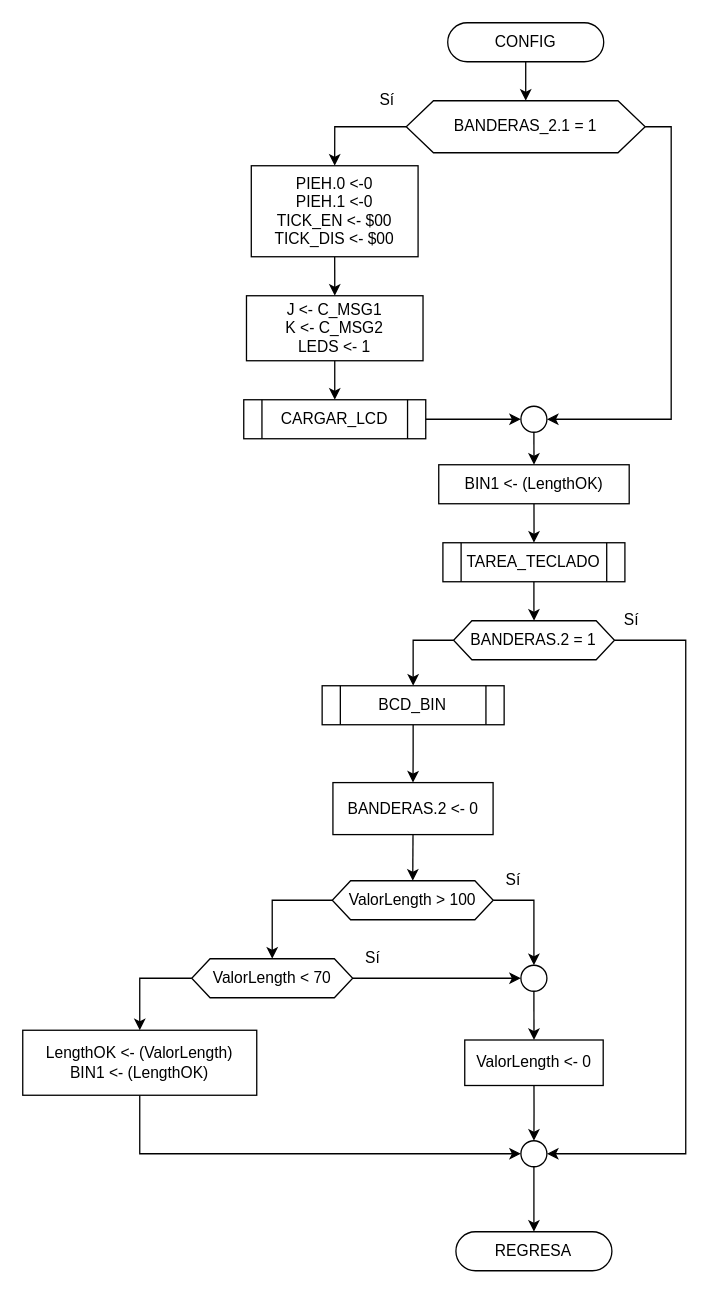
This is Proyecto/diagrams/CONFIG.drawio from moisotico/Microprocesadores, a draw.io file, before an edit. Source tidied: cells renumbered, new cells numbered last; positions are measured from the earlier drawing's top-left corner, leaving out a move shared by most shapes. Both pictures are drawn from the tidied source at 130%, with x=0, y=0 at pixel (22, 22).
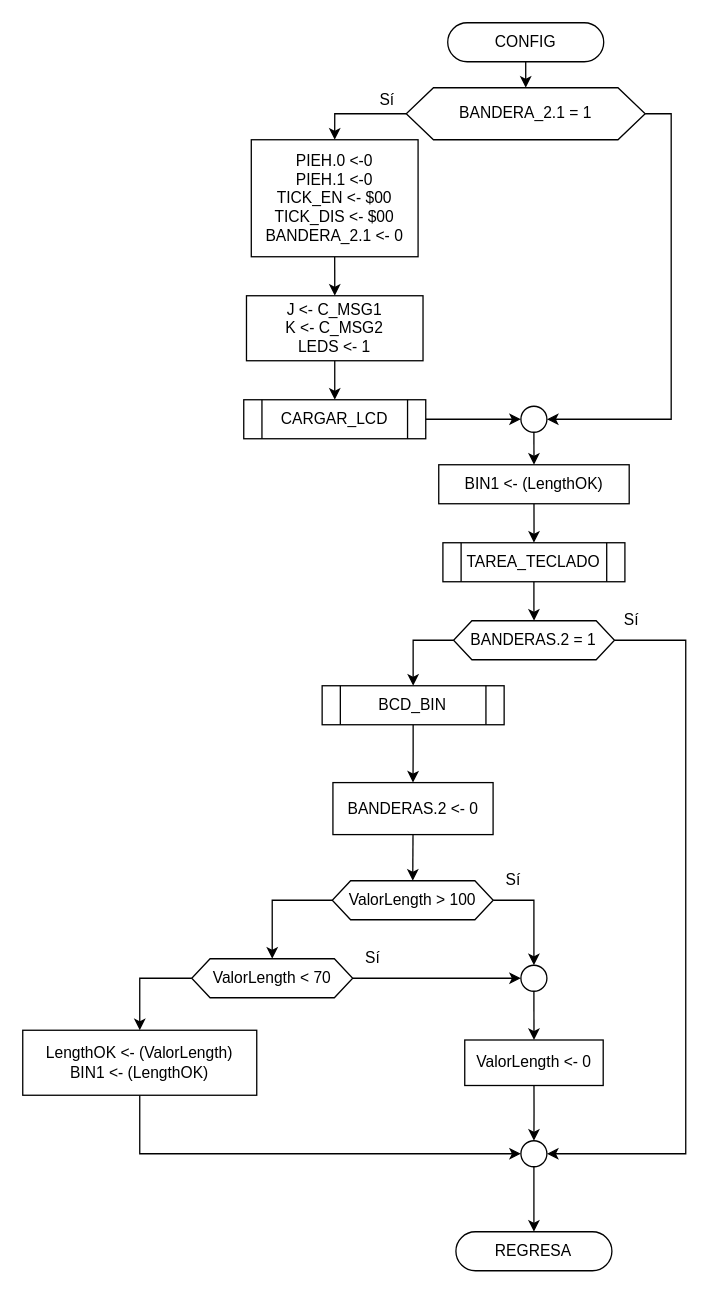
The same page after the edit.

Change to the diagram source:
```diff
@@
-    <mxCell id="35" value="BANDERAS_2.1 = 1" style="shape=hexagon;perimeter=hexagonPerimeter2;whiteSpace=wrap;html=1;size=0.11394117647058827;" parent="1" vertex="1">
-      <mxGeometry x="295" y="60" width="183.8" height="40" as="geometry" />
+    <mxCell id="35" value="BANDERA_2.1 = 1" style="shape=hexagon;perimeter=hexagonPerimeter2;whiteSpace=wrap;html=1;size=0.11394117647058827;" parent="1" vertex="1">
+      <mxGeometry x="295" y="50" width="183.8" height="40" as="geometry" />
     </mxCell>
@@
-    <mxCell id="41" value="PIEH.0 &amp;lt;-0&lt;br&gt;PIEH.1 &amp;lt;-0&lt;br&gt;TICK_EN &amp;lt;- $00&lt;br&gt;TICK_DIS &amp;lt;- $00" style="rounded=0;whiteSpace=wrap;html=1;" parent="1" vertex="1">
-      <mxGeometry x="175.8" y="110" width="128.3" height="70" as="geometry" />
+    <mxCell id="41" value="PIEH.0 &amp;lt;-0&lt;br&gt;PIEH.1 &amp;lt;-0&lt;br&gt;TICK_EN &amp;lt;- $00&lt;br&gt;TICK_DIS &amp;lt;- $00&lt;br&gt;BANDERA_2.1 &amp;lt;- 0" style="rounded=0;whiteSpace=wrap;html=1;" parent="1" vertex="1">
+      <mxGeometry x="175.8" y="90" width="128.3" height="90" as="geometry" />
     </mxCell>
```
